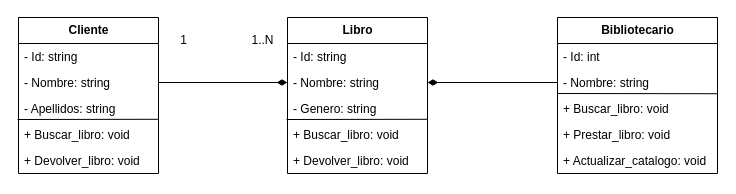
This is Diagrama de clases/DC-Biblioteca.drawio from GRMiguelAngel/ETS, a draw.io file, before an edit. Source tidied: cells renumbered, new cells numbered last; positions are measured from the earlier drawing's top-left corner, leaving out a move shared by most shapes. Both pictures are drawn from the tidied source at 100%, with x=0, y=0 at pixel (18, 17).
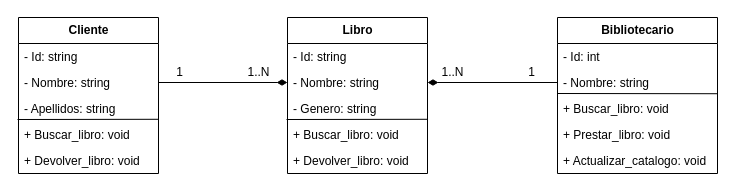
After the change.

The edit, as a diff of the source:
```diff
@@
     <mxCell id="23" value="1..N" style="text;html=1;align=center;verticalAlign=middle;strokeColor=none;fillColor=none;" parent="1" vertex="1">
-      <mxGeometry x="219" y="8" width="50" height="30" as="geometry" />
+      <mxGeometry x="215" y="40" width="50" height="30" as="geometry" />
     </mxCell>
     <mxCell id="24" value="1" style="text;html=1;align=center;verticalAlign=middle;strokeColor=none;fillColor=none;" parent="1" vertex="1">
-      <mxGeometry x="150" y="8" width="30" height="30" as="geometry" />
+      <mxGeometry x="146" y="40" width="30" height="30" as="geometry" />
     </mxCell>
@@
+    <mxCell id="27" value="1" style="text;html=1;align=center;verticalAlign=middle;strokeColor=none;fillColor=none;" parent="1" vertex="1">
+      <mxGeometry x="498" y="40" width="30" height="30" as="geometry" />
+    </mxCell>
+    <mxCell id="28" value="1..N" style="text;html=1;align=center;verticalAlign=middle;strokeColor=none;fillColor=none;" parent="1" vertex="1">
+      <mxGeometry x="409" y="40" width="50" height="30" as="geometry" />
+    </mxCell>
```
